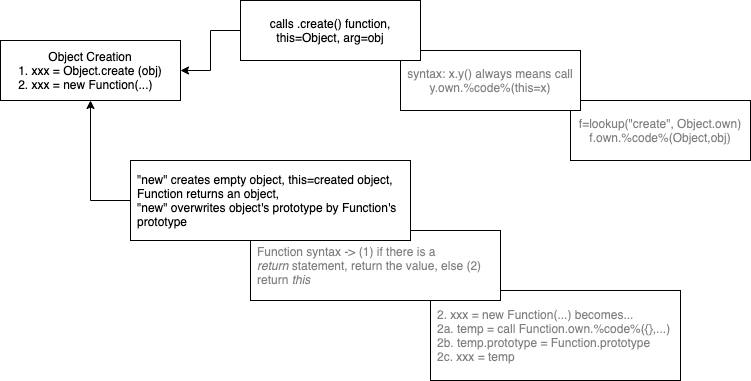
Above: assets/js-object-object-creation-and-new.png in guitarvydas/guitarvydas.github.io (draw.io), before the change. Source tidied: cells renumbered, new cells last; positions are measured from the earlier drawing's top-left corner, leaving out a move shared by most shapes.
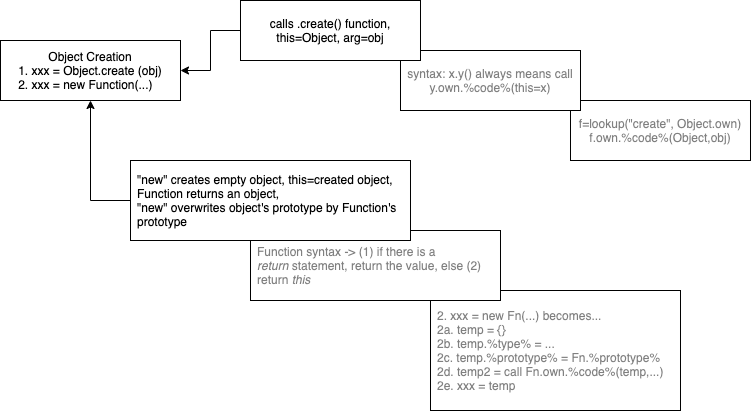
The same file after the commit.

Diff of the diagram source:
```diff
@@ -8,8 +8,8 @@
     <mxCell id="3" value="syntax: x.y() always means call y.own.%code%(this=x)" style="rounded=0;whiteSpace=wrap;html=1;textOpacity=50;" parent="1" vertex="1">
       <mxGeometry x="400" y="50" width="180" height="60" as="geometry" />
     </mxCell>
-    <mxCell id="4" value="2. xxx = new Function(...) becomes...&lt;br&gt;2a. temp = call Function.own.%code%({},...)&lt;br&gt;2b. temp.prototype = Function.prototype&lt;br&gt;2c. xxx = temp" style="rounded=0;whiteSpace=wrap;html=1;align=left;spacingLeft=5;textOpacity=50;" parent="1" vertex="1">
-      <mxGeometry x="430" y="290" width="250" height="90" as="geometry" />
+    <mxCell id="4" value="2. xxx = new Fn(...) becomes...&lt;br&gt;2a. temp = {}&lt;br&gt;2b. temp.%type% = ...&lt;br&gt;2c. temp.%prototype% = Fn.%prototype%&lt;br&gt;2d. temp2 = call Fn.own.%code%(temp,...)&lt;br&gt;2e. xxx = temp" style="rounded=0;whiteSpace=wrap;html=1;align=left;spacingLeft=5;textOpacity=50;" parent="1" vertex="1">
+      <mxGeometry x="430" y="290" width="250" height="120" as="geometry" />
     </mxCell>
     <mxCell id="5" value="Function syntax -&amp;gt; (1) if there is a &lt;i&gt;return&lt;/i&gt;&amp;nbsp;statement, return the value, else (2) return &lt;i&gt;this&lt;/i&gt;" style="rounded=0;whiteSpace=wrap;html=1;align=left;spacingLeft=5;textOpacity=50;" parent="1" vertex="1">
       <mxGeometry x="250" y="230" width="250" height="70" as="geometry" />
```
